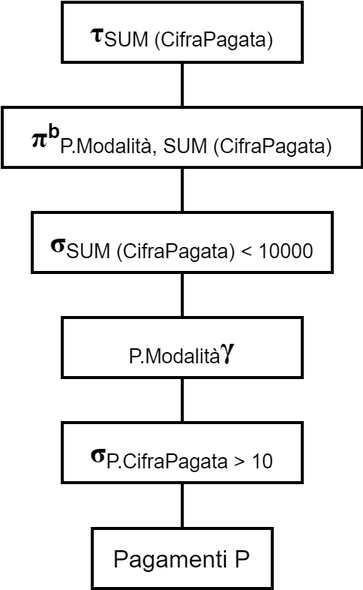
alessandro-antonelli/Studio-professionale-fatture keeps this draw.io diagram as Piani di accesso/Albero logico 2.png. Above is the earlier version. Source tidied: cells renumbered, new cells last; positions are measured from the earlier drawing's top-left corner, leaving out a move shared by most shapes.
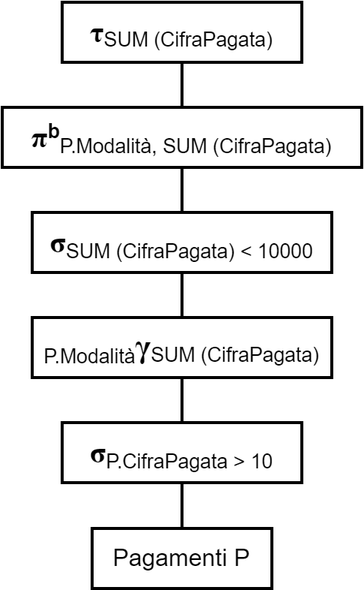
After the commit.

The edit, as a diff of the source:
```diff
@@ -11,8 +11,8 @@
     <mxCell id="4" style="endArrow=none;html=1;strokeWidth=2;entryX=0.5;entryY=1;entryDx=0;entryDy=0;" parent="1" edge="1" source="2" target="3">
       <mxGeometry relative="1" as="geometry" />
     </mxCell>
-    <mxCell id="5" value="&lt;span style=&quot;font-size: 16px&quot;&gt;&lt;sub&gt;P.Modalità&lt;/sub&gt;&lt;/span&gt;&lt;font face=&quot;Times New Roman&quot; size=&quot;1&quot;&gt;&lt;b style=&quot;font-size: 20px&quot;&gt;γ&lt;/b&gt;&lt;/font&gt;" style="text;html=1;fillColor=none;align=center;verticalAlign=middle;whiteSpace=wrap;rounded=0;strokeColor=#000000;strokeWidth=2;" parent="1" vertex="1">
-      <mxGeometry x="40" y="210" width="160" height="40" as="geometry" />
+    <mxCell id="5" value="&lt;span style=&quot;font-size: 16px&quot;&gt;&lt;sub&gt;P.Modalità&lt;/sub&gt;&lt;/span&gt;&lt;font face=&quot;Times New Roman&quot; size=&quot;1&quot;&gt;&lt;b style=&quot;font-size: 22px&quot;&gt;γ&lt;/b&gt;&lt;/font&gt;&lt;sub&gt;&lt;font style=&quot;font-size: 13.3px&quot;&gt;SUM (CifraPagata)&lt;/font&gt;&lt;/sub&gt;" style="text;html=1;fillColor=none;align=center;verticalAlign=middle;whiteSpace=wrap;rounded=0;strokeColor=#000000;strokeWidth=2;" parent="1" vertex="1">
+      <mxGeometry x="20" y="210" width="200" height="40" as="geometry" />
     </mxCell>
     <mxCell id="6" style="endArrow=none;html=1;strokeWidth=2;entryX=0.5;entryY=1;entryDx=0;entryDy=0;exitX=0.5;exitY=0;exitDx=0;exitDy=0;" parent="1" edge="1" source="3" target="5">
       <mxGeometry relative="1" as="geometry" />
```
